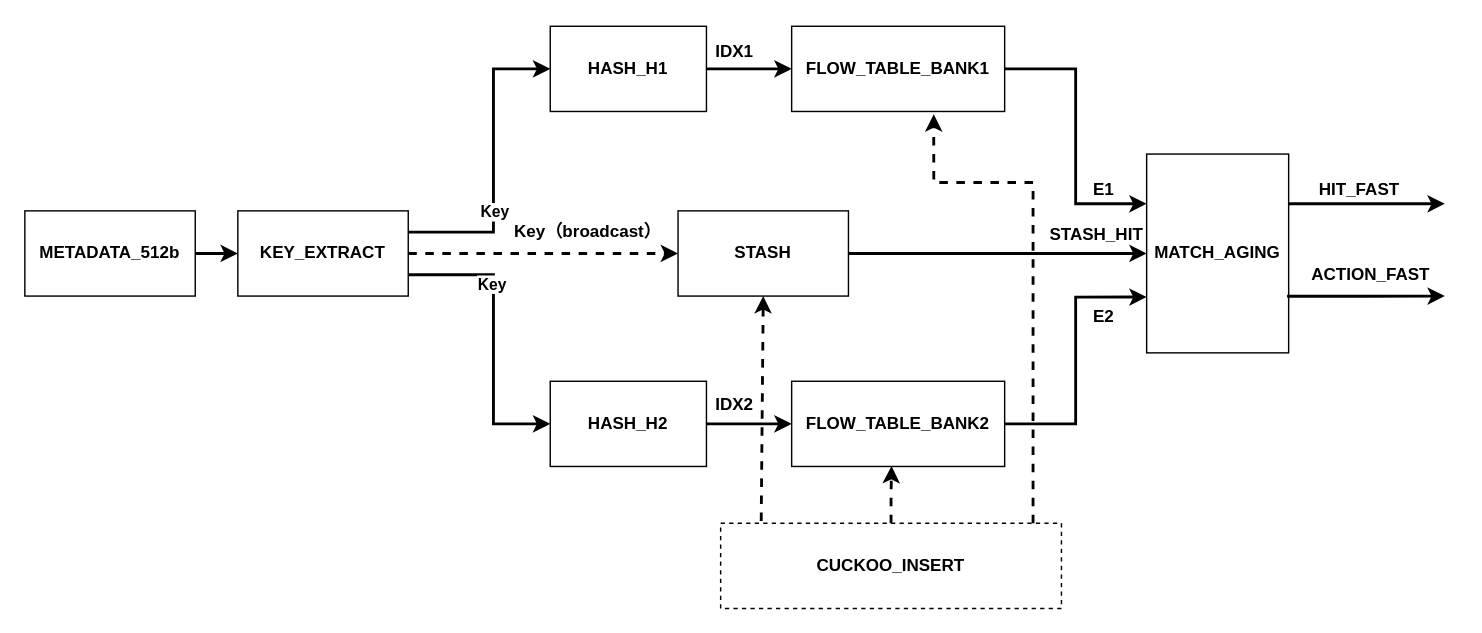
The draw.io diagram page "快路径" (2 of 4) of 未命名绘图.drawio in Toylog123/Draw.io, before the edit. Source tidied: cells renumbered, new cells numbered last; positions are measured from the earlier drawing's top-left corner, leaving out a move shared by most shapes. Both pictures are drawn from the tidied source at 142%, with x=0, y=0 at pixel (24, 26).
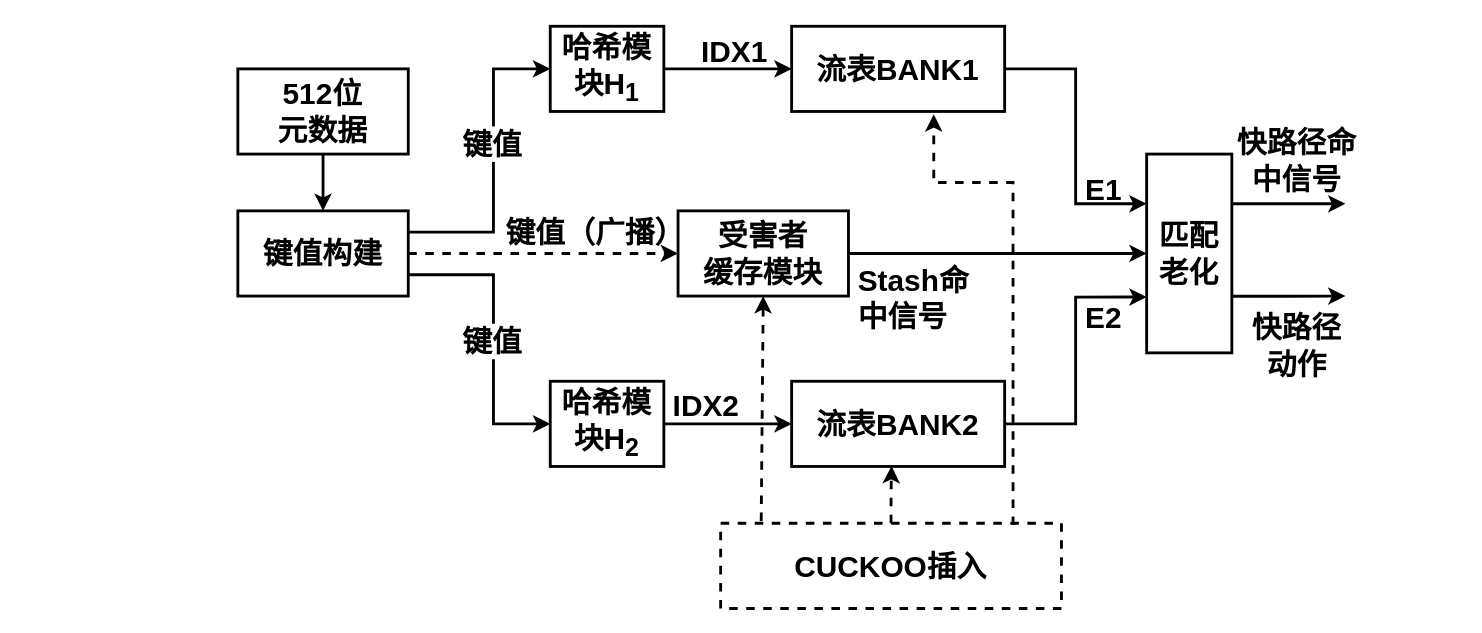
After the change.

Diff of the diagram source:
```diff
@@
-    <mxCell id="2" style="edgeStyle=orthogonalEdgeStyle;rounded=0;jettySize=auto;html=1;fontStyle=1;arcSize=12;strokeWidth=2;" parent="1" edge="1" source="3" target="9">
+    <mxCell id="2" style="edgeStyle=orthogonalEdgeStyle;rounded=0;jettySize=auto;html=1;fontStyle=1;arcSize=12;strokeWidth=2;fontFamily=Helvetica;fontSize=21;" parent="1" edge="1" source="3" target="9">
       <mxGeometry relative="1" as="geometry" />
     </mxCell>
-    <mxCell id="3" value="METADATA_512b" style="rounded=0;whiteSpace=wrap;html=1;fontStyle=1;arcSize=12;" parent="1" vertex="1">
-      <mxGeometry y="130" width="120" height="60" as="geometry" />
+    <mxCell id="3" value="512位&lt;div&gt;元数据&lt;/div&gt;" style="rounded=0;whiteSpace=wrap;html=1;fontStyle=1;arcSize=12;fontFamily=Helvetica;strokeWidth=2;fontSize=21;" parent="1" vertex="1">
+      <mxGeometry x="150" y="30" width="120" height="60" as="geometry" />
     </mxCell>
-    <mxCell id="4" style="edgeStyle=orthogonalEdgeStyle;rounded=0;jettySize=auto;html=1;exitX=1;exitY=0.25;exitDx=0;exitDy=0;fontStyle=1;arcSize=12;strokeColor=default;strokeWidth=2;align=center;verticalAlign=middle;fontFamily=Helvetica;fontSize=11;fontColor=default;labelBackgroundColor=default;endArrow=classic;" parent="1" edge="1" source="9" target="11">
+    <mxCell id="4" style="edgeStyle=orthogonalEdgeStyle;rounded=0;jettySize=auto;html=1;exitX=1;exitY=0.25;exitDx=0;exitDy=0;fontStyle=1;arcSize=12;strokeColor=default;strokeWidth=2;align=center;verticalAlign=middle;fontFamily=Helvetica;fontSize=21;fontColor=default;labelBackgroundColor=default;endArrow=classic;" parent="1" edge="1" source="9" target="11">
       <mxGeometry relative="1" as="geometry">
         <Array as="points">
           <mxPoint x="330" y="145" />
           <mxPoint x="330" y="30" />
         </Array>
       </mxGeometry>
     </mxCell>
-    <mxCell id="5" value="Key" style="edgeLabel;html=1;align=center;verticalAlign=middle;fontStyle=1;arcSize=12;rounded=0;strokeColor=default;strokeWidth=2;fontFamily=Helvetica;fontSize=11;fontColor=default;labelBackgroundColor=default;" parent="4" vertex="1">
+    <mxCell id="5" style="edgeLabel;html=1;align=center;verticalAlign=middle;fontStyle=1;arcSize=12;rounded=0;strokeColor=default;strokeWidth=2;fontFamily=Helvetica;fontSize=21;fontColor=default;labelBackgroundColor=default;" parent="4" vertex="1">
       <mxGeometry x="0.28" relative="1" as="geometry">
-        <mxPoint y="63" as="offset" />
+        <mxPoint y="12" as="offset" />
       </mxGeometry>
     </mxCell>
+    <mxCell id="35" value="键值" style="edgeLabel;html=1;align=center;verticalAlign=middle;fontFamily=Helvetica;fontStyle=1;fontSize=21;" parent="4" vertex="1">
+      <mxGeometry x="0.14" y="2" relative="1" as="geometry" />
+    </mxCell>
-    <mxCell id="6" style="edgeStyle=orthogonalEdgeStyle;rounded=0;jettySize=auto;html=1;dashed=1;fontStyle=1;arcSize=12;strokeColor=default;strokeWidth=2;align=center;verticalAlign=middle;fontFamily=Helvetica;fontSize=11;fontColor=default;labelBackgroundColor=default;endArrow=classic;" parent="1" edge="1" source="9" target="20">
+    <mxCell id="6" style="edgeStyle=orthogonalEdgeStyle;rounded=0;jettySize=auto;html=1;dashed=1;fontStyle=1;arcSize=12;strokeColor=default;strokeWidth=2;align=center;verticalAlign=middle;fontFamily=Helvetica;fontSize=21;fontColor=default;labelBackgroundColor=default;endArrow=classic;" parent="1" edge="1" source="9" target="20">
       <mxGeometry relative="1" as="geometry" />
     </mxCell>
-    <mxCell id="7" style="edgeStyle=orthogonalEdgeStyle;rounded=0;jettySize=auto;html=1;exitX=1;exitY=0.75;exitDx=0;exitDy=0;entryX=0;entryY=0.5;entryDx=0;entryDy=0;fontStyle=1;arcSize=12;strokeColor=default;strokeWidth=2;align=center;verticalAlign=middle;fontFamily=Helvetica;fontSize=11;fontColor=default;labelBackgroundColor=default;endArrow=classic;" parent="1" edge="1" source="9" target="13">
+    <mxCell id="7" style="edgeStyle=orthogonalEdgeStyle;rounded=0;jettySize=auto;html=1;exitX=1;exitY=0.75;exitDx=0;exitDy=0;entryX=0;entryY=0.5;entryDx=0;entryDy=0;fontStyle=1;arcSize=12;strokeColor=default;strokeWidth=2;align=center;verticalAlign=middle;fontFamily=Helvetica;fontSize=21;fontColor=default;labelBackgroundColor=default;endArrow=classic;" parent="1" edge="1" source="9" target="13">
       <mxGeometry relative="1" as="geometry">
         <Array as="points">
           <mxPoint x="330" y="175" />
           <mxPoint x="330" y="280" />
         </Array>
       </mxGeometry>
     </mxCell>
-    <mxCell id="8" value="Key" style="edgeLabel;html=1;align=center;verticalAlign=middle;fontStyle=1;arcSize=12;rounded=0;strokeColor=default;strokeWidth=2;fontFamily=Helvetica;fontSize=11;fontColor=default;labelBackgroundColor=default;" parent="7" vertex="1">
+    <mxCell id="8" value="键值" style="edgeLabel;html=1;align=center;verticalAlign=middle;fontStyle=1;arcSize=12;rounded=0;strokeColor=default;strokeWidth=2;fontFamily=Helvetica;fontSize=21;fontColor=default;labelBackgroundColor=default;" parent="7" vertex="1">
       <mxGeometry x="-0.4" y="-2" relative="1" as="geometry">
-        <mxPoint y="4" as="offset" />
+        <mxPoint y="44" as="offset" />
       </mxGeometry>
     </mxCell>
-    <mxCell id="9" value="KEY_EXTRACT" style="rounded=0;whiteSpace=wrap;html=1;fontStyle=1;arcSize=12;" parent="1" vertex="1">
+    <mxCell id="9" value="键值构建" style="rounded=0;whiteSpace=wrap;html=1;fontStyle=1;arcSize=12;fontFamily=Helvetica;strokeWidth=2;fontSize=21;" parent="1" vertex="1">
       <mxGeometry x="150" y="130" width="120" height="60" as="geometry" />
     </mxCell>
-    <mxCell id="10" style="edgeStyle=orthogonalEdgeStyle;rounded=0;jettySize=auto;html=1;fontStyle=1;arcSize=12;strokeColor=default;strokeWidth=2;align=center;verticalAlign=middle;fontFamily=Helvetica;fontSize=11;fontColor=default;labelBackgroundColor=default;endArrow=classic;" parent="1" edge="1" source="11" target="15">
+    <mxCell id="10" style="edgeStyle=orthogonalEdgeStyle;rounded=0;jettySize=auto;html=1;fontStyle=1;arcSize=12;strokeColor=default;strokeWidth=2;align=center;verticalAlign=middle;fontFamily=Helvetica;fontSize=21;fontColor=default;labelBackgroundColor=default;endArrow=classic;" parent="1" edge="1" source="11" target="15">
       <mxGeometry relative="1" as="geometry" />
     </mxCell>
-    <mxCell id="11" value="HASH_H1" style="rounded=0;whiteSpace=wrap;html=1;fontStyle=1;arcSize=12;" parent="1" vertex="1">
-      <mxGeometry x="370" width="110" height="60" as="geometry" />
+    <mxCell id="11" value="哈希模块H&lt;sub&gt;1&lt;/sub&gt;" style="rounded=0;whiteSpace=wrap;html=1;fontStyle=1;arcSize=12;fontFamily=Helvetica;strokeWidth=2;fontSize=21;" parent="1" vertex="1">
+      <mxGeometry x="370" width="80" height="60" as="geometry" />
     </mxCell>
-    <mxCell id="12" style="edgeStyle=orthogonalEdgeStyle;rounded=0;jettySize=auto;html=1;fontStyle=1;arcSize=12;strokeColor=default;strokeWidth=2;align=center;verticalAlign=middle;fontFamily=Helvetica;fontSize=11;fontColor=default;labelBackgroundColor=default;endArrow=classic;" parent="1" edge="1" source="13" target="17">
+    <mxCell id="12" style="edgeStyle=orthogonalEdgeStyle;rounded=0;jettySize=auto;html=1;fontStyle=1;arcSize=12;strokeColor=default;strokeWidth=2;align=center;verticalAlign=middle;fontFamily=Helvetica;fontSize=21;fontColor=default;labelBackgroundColor=default;endArrow=classic;" parent="1" edge="1" source="13" target="17">
       <mxGeometry relative="1" as="geometry" />
     </mxCell>
-    <mxCell id="13" value="HASH_H2" style="rounded=0;whiteSpace=wrap;html=1;fontStyle=1;arcSize=12;" parent="1" vertex="1">
-      <mxGeometry x="370" y="250" width="110" height="60" as="geometry" />
+    <mxCell id="13" value="哈希模块H&lt;sub&gt;2&lt;/sub&gt;" style="rounded=0;whiteSpace=wrap;html=1;fontStyle=1;arcSize=12;fontFamily=Helvetica;strokeWidth=2;fontSize=21;" parent="1" vertex="1">
+      <mxGeometry x="370" y="250" width="80" height="60" as="geometry" />
     </mxCell>
-    <mxCell id="14" style="edgeStyle=orthogonalEdgeStyle;rounded=0;jettySize=auto;html=1;exitX=1;exitY=0.5;exitDx=0;exitDy=0;entryX=0;entryY=0.25;entryDx=0;entryDy=0;fontStyle=1;arcSize=12;strokeColor=default;strokeWidth=2;align=center;verticalAlign=middle;fontFamily=Helvetica;fontSize=11;fontColor=default;labelBackgroundColor=default;endArrow=classic;" parent="1" edge="1" source="15" target="19">
+    <mxCell id="14" style="edgeStyle=orthogonalEdgeStyle;rounded=0;jettySize=auto;html=1;exitX=1;exitY=0.5;exitDx=0;exitDy=0;entryX=0;entryY=0.25;entryDx=0;entryDy=0;fontStyle=1;arcSize=12;strokeColor=default;strokeWidth=2;align=center;verticalAlign=middle;fontFamily=Helvetica;fontSize=21;fontColor=default;labelBackgroundColor=default;endArrow=classic;" parent="1" edge="1" source="15" target="19">
       <mxGeometry relative="1" as="geometry" />
     </mxCell>
-    <mxCell id="15" value="FLOW_TABLE_BANK1" style="rounded=0;whiteSpace=wrap;html=1;fontStyle=1;arcSize=12;" parent="1" vertex="1">
+    <mxCell id="15" value="流表BANK1" style="rounded=0;whiteSpace=wrap;html=1;fontStyle=1;arcSize=12;fontFamily=Helvetica;strokeWidth=2;fontSize=21;" parent="1" vertex="1">
       <mxGeometry x="540" width="150" height="60" as="geometry" />
     </mxCell>
-    <mxCell id="16" style="edgeStyle=orthogonalEdgeStyle;rounded=0;jettySize=auto;html=1;exitX=1;exitY=0.5;exitDx=0;exitDy=0;entryX=0;entryY=0.719;entryDx=0;entryDy=0;entryPerimeter=0;fontStyle=1;arcSize=12;strokeColor=default;strokeWidth=2;align=center;verticalAlign=middle;fontFamily=Helvetica;fontSize=11;fontColor=default;labelBackgroundColor=default;endArrow=classic;" parent="1" edge="1" source="17" target="19">
+    <mxCell id="16" style="edgeStyle=orthogonalEdgeStyle;rounded=0;jettySize=auto;html=1;exitX=1;exitY=0.5;exitDx=0;exitDy=0;entryX=0;entryY=0.719;entryDx=0;entryDy=0;entryPerimeter=0;fontStyle=1;arcSize=12;strokeColor=default;strokeWidth=2;align=center;verticalAlign=middle;fontFamily=Helvetica;fontSize=21;fontColor=default;labelBackgroundColor=default;endArrow=classic;" parent="1" edge="1" source="17" target="19">
       <mxGeometry relative="1" as="geometry" />
     </mxCell>
-    <mxCell id="17" value="FLOW_TABLE_BANK2" style="rounded=0;whiteSpace=wrap;html=1;fontStyle=1;arcSize=12;" parent="1" vertex="1">
+    <mxCell id="17" value="流表BANK2" style="rounded=0;whiteSpace=wrap;html=1;fontStyle=1;arcSize=12;fontFamily=Helvetica;strokeWidth=2;fontSize=21;" parent="1" vertex="1">
       <mxGeometry x="540" y="250" width="150" height="60" as="geometry" />
     </mxCell>
-    <mxCell id="18" style="edgeStyle=orthogonalEdgeStyle;rounded=0;jettySize=auto;html=1;exitX=1;exitY=0.25;exitDx=0;exitDy=0;fontStyle=1;arcSize=12;strokeColor=default;strokeWidth=2;align=center;verticalAlign=middle;fontFamily=Helvetica;fontSize=11;fontColor=default;labelBackgroundColor=default;endArrow=classic;" parent="1" edge="1" source="19">
-      <mxGeometry relative="1" as="geometry">
-        <mxPoint x="1000" y="125" as="targetPoint" />
-        <Array as="points">
-          <mxPoint x="930" y="125" />
-          <mxPoint x="930" y="125" />
-        </Array>
-      </mxGeometry>
-    </mxCell>
-    <mxCell id="19" value="MATCH_AGING" style="rounded=0;whiteSpace=wrap;html=1;fontStyle=1;arcSize=12;" parent="1" vertex="1">
-      <mxGeometry x="790" y="90" width="100" height="140" as="geometry" />
+    <mxCell id="19" value="匹配老化" style="rounded=0;whiteSpace=wrap;html=1;fontStyle=1;arcSize=12;fontFamily=Helvetica;strokeWidth=2;fontSize=21;" parent="1" vertex="1">
+      <mxGeometry x="790" y="90" width="60" height="140" as="geometry" />
     </mxCell>
-    <mxCell id="20" value="STASH" style="rounded=0;whiteSpace=wrap;html=1;fontStyle=1;arcSize=12;" parent="1" vertex="1">
+    <mxCell id="20" value="&lt;font&gt;&lt;font&gt;受害者&lt;/font&gt;&lt;/font&gt;&lt;div&gt;&lt;font&gt;&lt;font&gt;缓存&lt;/font&gt;&lt;font&gt;模块&lt;/font&gt;&lt;/font&gt;&lt;/div&gt;" style="rounded=0;whiteSpace=wrap;html=1;fontStyle=1;arcSize=12;fontFamily=Helvetica;strokeWidth=2;fontSize=21;" parent="1" vertex="1">
       <mxGeometry x="460" y="130" width="120" height="60" as="geometry" />
     </mxCell>
-    <mxCell id="21" value="Key（broadcast）" style="text;html=1;whiteSpace=wrap;strokeColor=none;fillColor=none;align=center;verticalAlign=middle;rounded=0;fontStyle=1;arcSize=12;" parent="1" vertex="1">
-      <mxGeometry x="344" y="130" width="100" height="30" as="geometry" />
+    <mxCell id="21" value="&lt;span style=&quot;text-wrap-mode: nowrap; background-color: rgb(255, 255, 255);&quot;&gt;键值&lt;/span&gt;（广播）" style="text;html=1;whiteSpace=wrap;strokeColor=none;fillColor=none;align=center;verticalAlign=middle;rounded=0;fontStyle=1;arcSize=12;fontFamily=Helvetica;fontSize=21;" parent="1" vertex="1">
+      <mxGeometry x="334" y="130" width="136" height="30" as="geometry" />
     </mxCell>
-    <mxCell id="22" style="edgeStyle=orthogonalEdgeStyle;rounded=0;jettySize=auto;html=1;exitX=1;exitY=0.5;exitDx=0;exitDy=0;entryX=0;entryY=0.5;entryDx=0;entryDy=0;fontStyle=1;arcSize=12;strokeColor=default;strokeWidth=2;align=center;verticalAlign=middle;fontFamily=Helvetica;fontSize=11;fontColor=default;labelBackgroundColor=default;endArrow=classic;" parent="1" edge="1" source="20" target="19">
+    <mxCell id="22" style="edgeStyle=orthogonalEdgeStyle;rounded=0;jettySize=auto;html=1;exitX=1;exitY=0.5;exitDx=0;exitDy=0;entryX=0;entryY=0.5;entryDx=0;entryDy=0;fontStyle=1;arcSize=12;strokeColor=default;strokeWidth=2;align=center;verticalAlign=middle;fontFamily=Helvetica;fontSize=21;fontColor=default;labelBackgroundColor=default;endArrow=classic;" parent="1" edge="1" source="20" target="19">
       <mxGeometry relative="1" as="geometry" />
     </mxCell>
-    <mxCell id="23" value="E1" style="text;html=1;whiteSpace=wrap;strokeColor=none;fillColor=none;align=center;verticalAlign=middle;rounded=0;fontStyle=1;arcSize=12;" parent="1" vertex="1">
+    <mxCell id="23" value="E1" style="text;html=1;whiteSpace=wrap;strokeColor=none;fillColor=none;align=center;verticalAlign=middle;rounded=0;fontStyle=1;arcSize=12;fontFamily=Helvetica;fontSize=21;" parent="1" vertex="1">
       <mxGeometry x="730" y="100" width="60" height="30" as="geometry" />
     </mxCell>
-    <mxCell id="24" value="E2" style="text;html=1;whiteSpace=wrap;strokeColor=none;fillColor=none;align=center;verticalAlign=middle;rounded=0;fontStyle=1;arcSize=12;" parent="1" vertex="1">
+    <mxCell id="24" value="E2" style="text;html=1;whiteSpace=wrap;strokeColor=none;fillColor=none;align=center;verticalAlign=middle;rounded=0;fontStyle=1;arcSize=12;fontFamily=Helvetica;fontSize=21;" parent="1" vertex="1">
       <mxGeometry x="730" y="190" width="60" height="30" as="geometry" />
     </mxCell>
-    <mxCell id="25" style="edgeStyle=orthogonalEdgeStyle;rounded=0;jettySize=auto;html=1;exitX=0.989;exitY=0.715;exitDx=0;exitDy=0;exitPerimeter=0;fontStyle=1;arcSize=12;strokeColor=default;strokeWidth=2;align=center;verticalAlign=middle;fontFamily=Helvetica;fontSize=11;fontColor=default;labelBackgroundColor=default;endArrow=classic;" parent="1" edge="1" source="19">
-      <mxGeometry relative="1" as="geometry">
-        <mxPoint x="1000" y="190" as="targetPoint" />
-      </mxGeometry>
-    </mxCell>
-    <mxCell id="26" value="HIT_FAST" style="text;html=1;whiteSpace=wrap;strokeColor=none;fillColor=none;align=center;verticalAlign=middle;rounded=0;fontStyle=1;arcSize=12;" parent="1" vertex="1">
-      <mxGeometry x="910" y="100" width="60" height="30" as="geometry" />
+    <mxCell id="26" value="快路径命中信号" style="text;html=1;whiteSpace=wrap;strokeColor=none;fillColor=none;align=center;verticalAlign=middle;rounded=0;fontStyle=1;arcSize=12;fontFamily=Helvetica;fontSize=21;" parent="1" vertex="1">
+      <mxGeometry x="851" y="80" width="90" height="30" as="geometry" />
     </mxCell>
-    <mxCell id="27" value="ACTION_FAST" style="text;html=1;whiteSpace=wrap;strokeColor=none;fillColor=none;align=center;verticalAlign=middle;rounded=0;fontStyle=1;arcSize=12;" parent="1" vertex="1">
-      <mxGeometry x="918" y="160" width="60" height="30" as="geometry" />
+    <mxCell id="27" value="快路径动作" style="text;html=1;whiteSpace=wrap;strokeColor=none;fillColor=none;align=center;verticalAlign=middle;rounded=0;fontStyle=1;arcSize=12;fontFamily=Helvetica;fontSize=21;" parent="1" vertex="1">
+      <mxGeometry x="860" y="210" width="72" height="30" as="geometry" />
     </mxCell>
-    <mxCell id="28" style="rounded=0;jettySize=auto;html=1;exitX=0.119;exitY=-0.027;exitDx=0;exitDy=0;entryX=0.5;entryY=1;entryDx=0;entryDy=0;exitPerimeter=0;dashed=1;fontStyle=1;arcSize=12;strokeColor=default;strokeWidth=2;align=center;verticalAlign=middle;fontFamily=Helvetica;fontSize=11;fontColor=default;labelBackgroundColor=default;endArrow=classic;" parent="1" edge="1" source="29" target="20">
+    <mxCell id="28" style="rounded=0;jettySize=auto;html=1;exitX=0.119;exitY=-0.027;exitDx=0;exitDy=0;entryX=0.5;entryY=1;entryDx=0;entryDy=0;exitPerimeter=0;dashed=1;fontStyle=1;arcSize=12;strokeColor=default;strokeWidth=2;align=center;verticalAlign=middle;fontFamily=Helvetica;fontSize=21;fontColor=default;labelBackgroundColor=default;endArrow=classic;" parent="1" edge="1" source="29" target="20">
       <mxGeometry relative="1" as="geometry" />
     </mxCell>
-    <mxCell id="29" value="CUCKOO_INSERT" style="rounded=0;whiteSpace=wrap;html=1;dashed=1;fontStyle=1;arcSize=12;" parent="1" vertex="1">
+    <mxCell id="29" value="CUCKOO插入" style="rounded=0;whiteSpace=wrap;html=1;dashed=1;fontStyle=1;arcSize=12;fontFamily=Helvetica;strokeWidth=2;fontSize=21;" parent="1" vertex="1">
       <mxGeometry x="490" y="350" width="240" height="60" as="geometry" />
     </mxCell>
-    <mxCell id="30" style="rounded=0;jettySize=auto;html=1;entryX=0.667;entryY=1.033;entryDx=0;entryDy=0;entryPerimeter=0;edgeStyle=orthogonalEdgeStyle;dashed=1;fontStyle=1;arcSize=12;strokeWidth=2;" parent="1" edge="1" target="15">
+    <mxCell id="30" style="rounded=0;jettySize=auto;html=1;entryX=0.667;entryY=1.033;entryDx=0;entryDy=0;entryPerimeter=0;edgeStyle=orthogonalEdgeStyle;dashed=1;fontStyle=1;arcSize=12;strokeWidth=2;exitX=0.858;exitY=0.02;exitDx=0;exitDy=0;exitPerimeter=0;fontFamily=Helvetica;fontSize=21;" parent="1" edge="1" source="29" target="15">
       <mxGeometry relative="1" as="geometry">
-        <mxPoint x="710" y="350" as="sourcePoint" />
         <Array as="points">
-          <mxPoint x="710" y="110" />
+          <mxPoint x="696" y="110" />
           <mxPoint x="640" y="110" />
         </Array>
       </mxGeometry>
     </mxCell>
-    <mxCell id="31" style="edgeStyle=orthogonalEdgeStyle;rounded=0;jettySize=auto;html=1;exitX=0.5;exitY=0;exitDx=0;exitDy=0;entryX=0.469;entryY=0.994;entryDx=0;entryDy=0;entryPerimeter=0;dashed=1;fontStyle=1;arcSize=12;strokeColor=default;strokeWidth=2;align=center;verticalAlign=middle;fontFamily=Helvetica;fontSize=11;fontColor=default;labelBackgroundColor=default;endArrow=classic;" parent="1" edge="1" source="29" target="17">
+    <mxCell id="31" style="edgeStyle=orthogonalEdgeStyle;rounded=0;jettySize=auto;html=1;exitX=0.5;exitY=0;exitDx=0;exitDy=0;entryX=0.469;entryY=0.994;entryDx=0;entryDy=0;entryPerimeter=0;dashed=1;fontStyle=1;arcSize=12;strokeColor=default;strokeWidth=2;align=center;verticalAlign=middle;fontFamily=Helvetica;fontSize=21;fontColor=default;labelBackgroundColor=default;endArrow=classic;" parent="1" edge="1" source="29" target="17">
       <mxGeometry relative="1" as="geometry" />
     </mxCell>
-    <mxCell id="32" value="IDX2" style="text;html=1;whiteSpace=wrap;strokeColor=none;fillColor=none;align=center;verticalAlign=middle;rounded=0;fontStyle=1;arcSize=12;" parent="1" vertex="1">
-      <mxGeometry x="470" y="260" width="60" height="14" as="geometry" />
+    <mxCell id="32" value="IDX2" style="text;html=1;whiteSpace=wrap;strokeColor=none;fillColor=none;align=center;verticalAlign=middle;rounded=0;fontStyle=1;arcSize=12;fontFamily=Helvetica;fontSize=21;" parent="1" vertex="1">
+      <mxGeometry x="450" y="260" width="60" height="14" as="geometry" />
     </mxCell>
-    <mxCell id="33" value="IDX1" style="text;html=1;whiteSpace=wrap;strokeColor=none;fillColor=none;align=center;verticalAlign=middle;rounded=0;fontStyle=1;arcSize=12;" parent="1" vertex="1">
+    <mxCell id="33" value="IDX1" style="text;html=1;whiteSpace=wrap;strokeColor=none;fillColor=none;align=center;verticalAlign=middle;rounded=0;fontStyle=1;arcSize=12;fontFamily=Helvetica;fontSize=21;" parent="1" vertex="1">
       <mxGeometry x="470" y="10" width="60" height="15" as="geometry" />
     </mxCell>
-    <mxCell id="34" value="&lt;span style=&quot;text-align: center;&quot;&gt;STASH_HIT&lt;/span&gt;" style="text;whiteSpace=wrap;html=1;fontStyle=1;arcSize=12;" parent="1" vertex="1">
-      <mxGeometry x="720" y="133" width="70" height="24" as="geometry" />
+    <mxCell id="34" value="&lt;span&gt;Stash&lt;font&gt;命中信号&lt;/font&gt;&lt;/span&gt;" style="text;whiteSpace=wrap;html=1;fontStyle=1;arcSize=12;fontFamily=Helvetica;fontSize=21;" parent="1" vertex="1">
+      <mxGeometry x="585" y="160" width="90" height="24" as="geometry" />
     </mxCell>
+    <mxCell id="36" style="group;" parent="1" vertex="1">
+      <mxGeometry x="850" y="125" width="80" height="65" as="geometry" />
+    </mxCell>
+    <mxCell id="18" style="edgeStyle=orthogonalEdgeStyle;rounded=0;jettySize=auto;html=1;exitX=1;exitY=0.25;exitDx=0;exitDy=0;fontStyle=1;arcSize=12;strokeColor=default;strokeWidth=2;align=center;verticalAlign=middle;fontFamily=Helvetica;fontSize=21;fontColor=default;labelBackgroundColor=default;endArrow=classic;" parent="36" edge="1" source="19">
+      <mxGeometry relative="1" as="geometry">
+        <mxPoint x="80" as="targetPoint" />
+        <Array as="points">
+          <mxPoint />
+          <mxPoint />
+        </Array>
+      </mxGeometry>
+    </mxCell>
+    <mxCell id="25" style="edgeStyle=orthogonalEdgeStyle;rounded=0;jettySize=auto;html=1;exitX=0.989;exitY=0.715;exitDx=0;exitDy=0;exitPerimeter=0;fontStyle=1;arcSize=12;strokeColor=default;strokeWidth=2;align=center;verticalAlign=middle;fontFamily=Helvetica;fontSize=21;fontColor=default;labelBackgroundColor=default;endArrow=classic;" parent="36" edge="1" source="19">
+      <mxGeometry relative="1" as="geometry">
+        <mxPoint x="80" y="65" as="targetPoint" />
+      </mxGeometry>
+    </mxCell>
```
